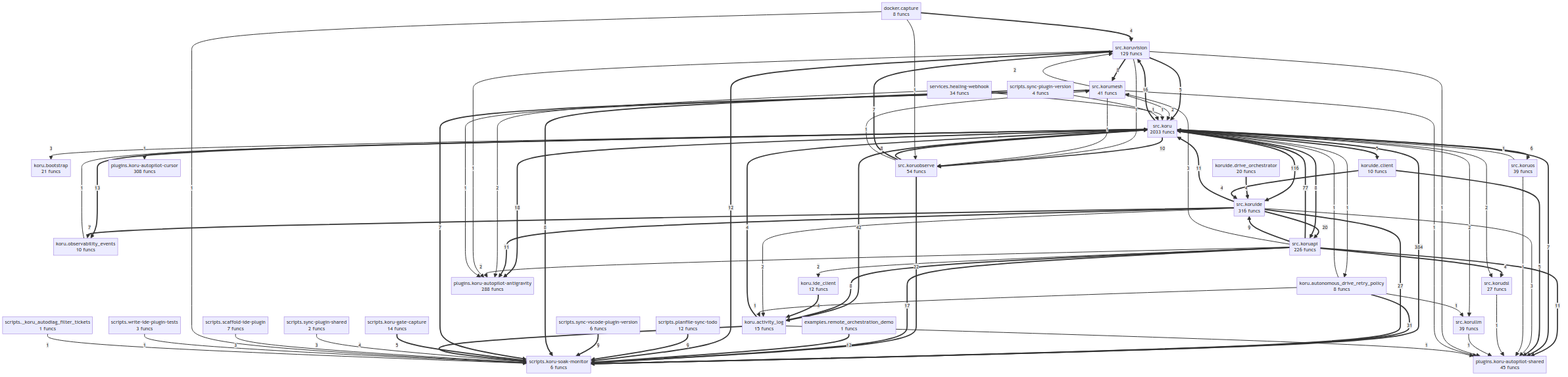
The Mermaid diagram project/compact_flow.png in semcod/koru, before a commit. Its source is kept beside it as project/compact_flow.mmd.
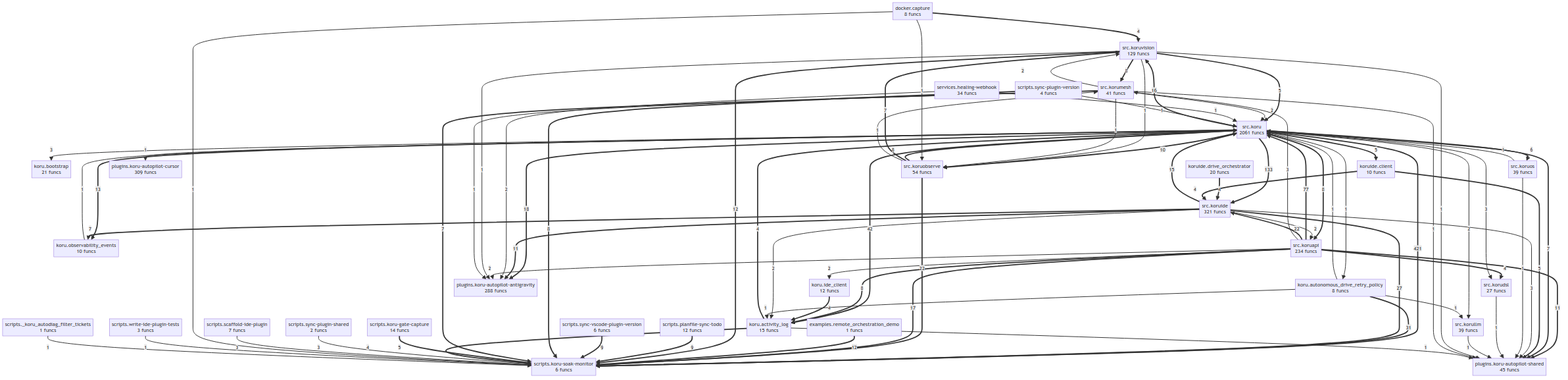
After the commit.

The edit, as a diff of the source:
```diff
@@ -9,7 +9,7 @@
     koruide__client["koruide.client<br/>10 funcs"]
     koruide__drive_orchestrator["koruide.drive_orchestrator<br/>20 funcs"]
     plugins__koru_autopilot_antigravity["plugins.koru-autopilot-antigravity<br/>288 funcs"]
-    plugins__koru_autopilot_cursor["plugins.koru-autopilot-cursor<br/>308 funcs"]
+    plugins__koru_autopilot_cursor["plugins.koru-autopilot-cursor<br/>309 funcs"]
     plugins__koru_autopilot_shared["plugins.koru-autopilot-shared<br/>45 funcs"]
     scripts___koru_autodiag_filter_tickets["scripts._koru_autodiag_filter_tickets<br/>1 funcs"]
     scripts__koru_gate_capture["scripts.koru-gate-capture<br/>14 funcs"]
@@ -21,34 +21,33 @@
     scripts__sync_vscode_plugin_version["scripts.sync-vscode-plugin-version<br/>6 funcs"]
     scripts__write_ide_plugin_tests["scripts.write-ide-plugin-tests<br/>3 funcs"]
     services__healing_webhook["services.healing-webhook<br/>34 funcs"]
-    src__koru["src.koru<br/>2033 funcs"]
-    src__koruapi["src.koruapi<br/>226 funcs"]
+    src__koru["src.koru<br/>2061 funcs"]
+    src__koruapi["src.koruapi<br/>234 funcs"]
     src__korudsl["src.korudsl<br/>27 funcs"]
-    src__koruide["src.koruide<br/>316 funcs"]
+    src__koruide["src.koruide<br/>321 funcs"]
     src__korullm["src.korullm<br/>39 funcs"]
     src__korumesh["src.korumesh<br/>41 funcs"]
     src__koruobserve["src.koruobserve<br/>54 funcs"]
     src__koruos["src.koruos<br/>39 funcs"]
     src__koruvision["src.koruvision<br/>129 funcs"]
-    src__koru ==>|384| scripts__koru_soak_monitor
-    src__koru ==>|116| src__koruide
+    src__koru ==>|421| scripts__koru_soak_monitor
+    src__koru ==>|133| src__koruide
     src__koruapi ==>|77| src__koru
     src__koru ==>|42| koru__activity_log
     koru__autonomous_drive_retry_policy ==>|31| scripts__koru_soak_monitor
     src__koruide ==>|27| scripts__koru_soak_monitor
     src__koruobserve ==>|22| scripts__koru_soak_monitor
-    src__koruide ==>|20| src__koruapi
+    src__koruapi ==>|22| src__koruide
     src__koru ==>|18| plugins__koru_autopilot_antigravity
     src__koruapi ==>|17| scripts__koru_soak_monitor
     src__koru ==>|16| src__koruvision
+    src__koruide ==>|15| src__koru
     src__koru ==>|13| koru__observability_events
     examples__remote_orchestration_demo ==>|12| scripts__koru_soak_monitor
     src__koruvision ==>|12| scripts__koru_soak_monitor
     src__koruapi ==>|11| plugins__koru_autopilot_shared
-    src__koruide ==>|11| src__koru
     src__koruide ==>|11| plugins__koru_autopilot_antigravity
     src__koru ==>|10| src__koruobserve
-    src__koruapi ==>|9| src__koruide
     scripts__planfile_sync_todo ==>|9| scripts__koru_soak_monitor
     scripts__sync_vscode_plugin_version ==>|9| scripts__koru_soak_monitor
     src__koruobserve ==>|8| src__koru
@@ -65,26 +64,27 @@
     koruide__client ==>|5| plugins__koru_autopilot_shared
     src__koru ==>|5| koruide__client
     scripts__koru_gate_capture ==>|5| scripts__koru_soak_monitor
-    src__koruapi ==>|4| src__korudsl
     koruide__drive_orchestrator ==>|4| src__koruide
     koruide__client ==>|4| src__koruide
     koru__ide_client ==>|4| koru__activity_log
     koru__activity_log ==>|4| src__koru
     koru__activity_log ==>|4| scripts__koru_soak_monitor
     docker__capture ==>|4| src__koruvision
-    src__koruapi -->|3| src__korumesh
+    src__koruapi ==>|4| src__korudsl
     src__koruide -->|3| plugins__koru_autopilot_shared
+    src__koru -->|3| src__korudsl
     src__koru -->|3| koru__bootstrap
     scripts__sync_plugin_shared -->|3| scripts__koru_soak_monitor
     scripts__scaffold_ide_plugin -->|3| scripts__koru_soak_monitor
+    src__koruapi -->|3| src__korumesh
     services__healing_webhook -->|2| plugins__koru_autopilot_antigravity
     src__koruapi -->|2| plugins__koru_autopilot_antigravity
-    src__koruapi -->|2| koru__ide_client
     src__korumesh -->|2| src__koru
     src__korumesh -->|2| src__koruvision
     src__koruide -->|2| koru__activity_log
+    src__koruide -->|2| src__koruapi
     src__koru -->|2| src__korullm
-    src__koru -->|2| src__korudsl
+    src__koruapi -->|2| koru__ide_client
     services__healing_webhook -->|1| src__koru
     src__koruobserve -->|1| src__korumesh
     src__koruos -->|1| plugins__koru_autopilot_shared
```
